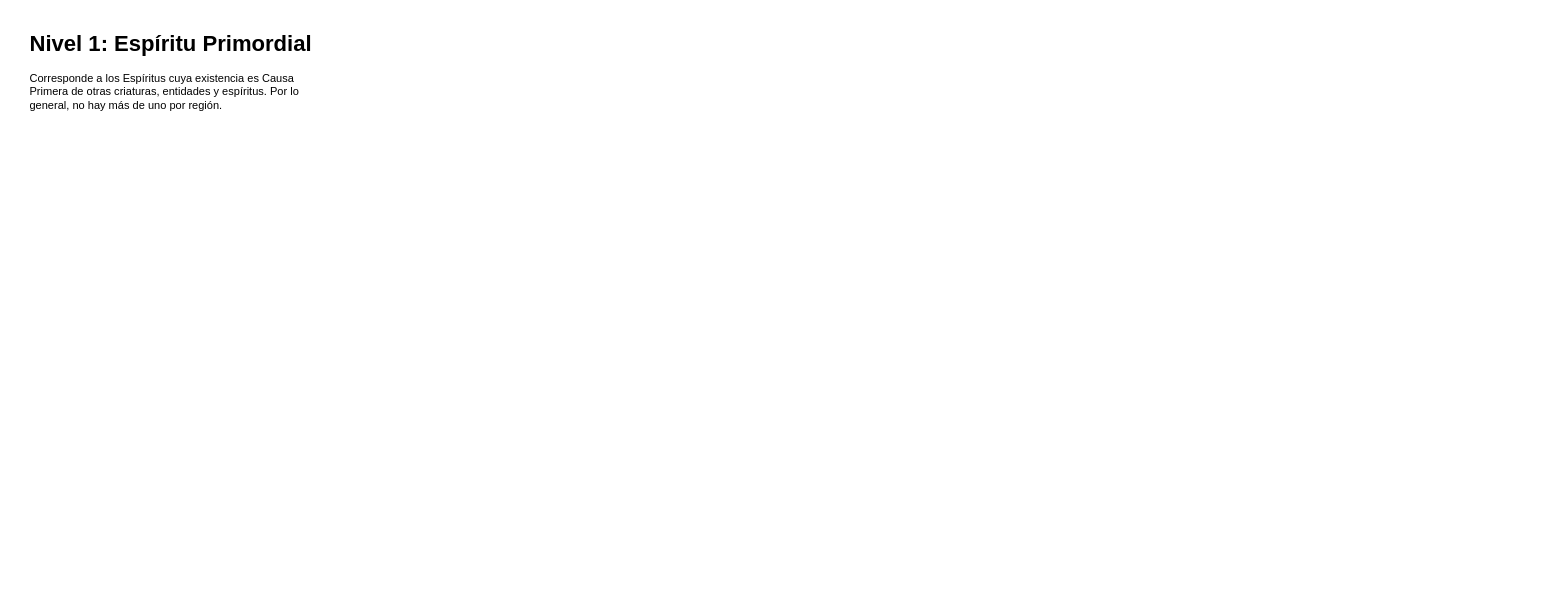
Earlier version of the draw.io diagram EspiritusEspesura.drawio (aixairupe/DiagramasRPG). Source tidied: cells renumbered, new cells numbered last; positions are measured from the earlier drawing's top-left corner, leaving out a move shared by most shapes. Both pictures are drawn from the tidied source at 92%, with x=0, y=0 at pixel (25, 25).
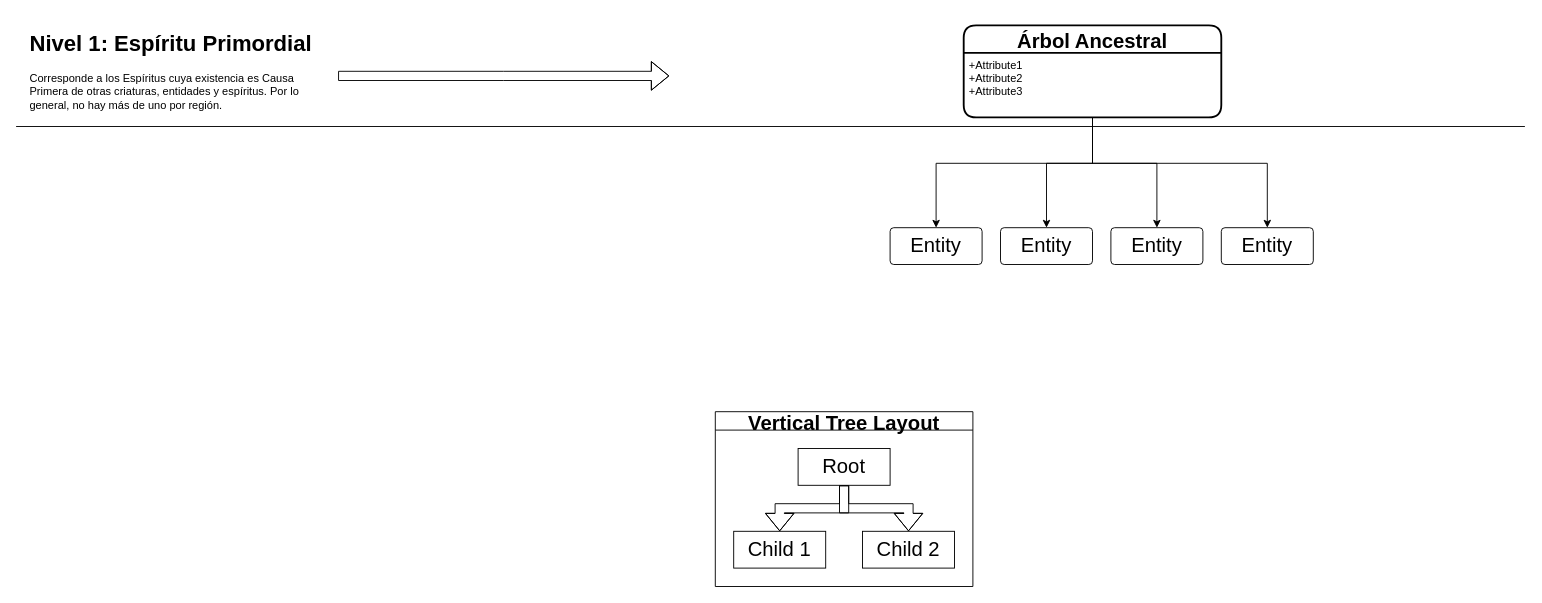
After the change.

Unchanged cells that the change refers to:
```xml
<mxCell id="2" value="&lt;h1&gt;Nivel 1: Espíritu Primordial&lt;br&gt;&lt;/h1&gt;&lt;p&gt;Corresponde a los Espíritus cuya existencia es Causa Primera de otras criaturas, entidades y espíritus. Por lo general, no hay más de uno por región.&lt;br&gt;&lt;/p&gt;" style="text;html=1;strokeColor=none;fillColor=none;spacing=5;spacingTop=-20;whiteSpace=wrap;overflow=hidden;rounded=0;" parent="1" vertex="1">
  <mxGeometry width="340" height="110" as="geometry" />
</mxCell>
```

Diff of the diagram source:
```diff
@@
+    <mxCell id="3" style="edgeStyle=orthogonalEdgeStyle;rounded=0;jettySize=auto;html=1;fontSize=22;shape=flexArrow;" parent="1" edge="1" source="2">
+      <mxGeometry relative="1" as="geometry">
+        <mxPoint x="700" y="55" as="targetPoint" />
+      </mxGeometry>
+    </mxCell>
@@
+    <mxCell id="4" style="endArrow=none;html=1;rounded=0;" parent="1" edge="1">
+      <mxGeometry relative="1" as="geometry">
+        <mxPoint x="-10" y="110" as="sourcePoint" />
+        <mxPoint x="1630" y="110" as="targetPoint" />
+      </mxGeometry>
+    </mxCell>
+    <mxCell id="5" style="edgeStyle=none;rounded=0;jettySize=auto;html=1;entryX=0.5;entryY=0;entryDx=0;entryDy=0;fontSize=22;" parent="1" edge="1" target="8">
+      <mxGeometry relative="1" as="geometry">
+        <mxPoint x="1160" y="100" as="sourcePoint" />
+        <Array as="points">
+          <mxPoint x="1160" y="150" />
+          <mxPoint x="1110" y="150" />
+        </Array>
+      </mxGeometry>
+    </mxCell>
+    <mxCell id="6" value="Árbol Ancestral" style="swimlane;horizontal=1;startSize=30;rounded=1;fontSize=22;fontStyle=1;strokeWidth=2;shadow=0;dashed=0;align=center;" parent="1" vertex="1">
+      <mxGeometry x="1020" width="280" height="100" as="geometry" />
+    </mxCell>
+    <mxCell id="7" value="+Attribute1&#10;+Attribute2&#10;+Attribute3" style="align=left;strokeColor=none;fillColor=none;spacingLeft=4;fontSize=12;verticalAlign=top;" parent="6" vertex="1">
+      <mxGeometry y="30" width="280" height="70" as="geometry" />
+    </mxCell>
+    <mxCell id="8" value="Entity" style="rounded=1;arcSize=10;whiteSpace=wrap;html=1;align=center;fontSize=22;" parent="1" vertex="1">
+      <mxGeometry x="1060" y="220" width="100" height="40" as="geometry" />
+    </mxCell>
+    <mxCell id="9" value="Entity" style="rounded=1;arcSize=10;whiteSpace=wrap;html=1;align=center;fontSize=22;" parent="1" vertex="1">
+      <mxGeometry x="1180" y="220" width="100" height="40" as="geometry" />
+    </mxCell>
+    <mxCell id="10" value="Entity" style="rounded=1;arcSize=10;whiteSpace=wrap;html=1;align=center;fontSize=22;" parent="1" vertex="1">
+      <mxGeometry x="940" y="220" width="100" height="40" as="geometry" />
+    </mxCell>
+    <mxCell id="11" value="Entity" style="rounded=1;arcSize=10;whiteSpace=wrap;html=1;align=center;fontSize=22;" parent="1" vertex="1">
+      <mxGeometry x="1300" y="220" width="100" height="40" as="geometry" />
+    </mxCell>
+    <mxCell id="12" style="edgeStyle=none;rounded=0;jettySize=auto;html=1;entryX=0.5;entryY=0;entryDx=0;entryDy=0;fontSize=22;" parent="1" edge="1" target="9">
+      <mxGeometry relative="1" as="geometry">
+        <mxPoint x="1160" y="100" as="sourcePoint" />
+        <Array as="points">
+          <mxPoint x="1160" y="150" />
+          <mxPoint x="1230" y="150" />
+        </Array>
+      </mxGeometry>
+    </mxCell>
+    <mxCell id="13" style="edgeStyle=none;rounded=0;jettySize=auto;html=1;entryX=0.5;entryY=0;entryDx=0;entryDy=0;fontSize=22;" parent="1" edge="1" target="11">
+      <mxGeometry relative="1" as="geometry">
+        <mxPoint x="1160" y="100" as="sourcePoint" />
+        <Array as="points">
+          <mxPoint x="1160" y="150" />
+          <mxPoint x="1350" y="150" />
+        </Array>
+      </mxGeometry>
+    </mxCell>
+    <mxCell id="14" style="edgeStyle=none;rounded=0;jettySize=auto;html=1;entryX=0.5;entryY=0;entryDx=0;entryDy=0;fontSize=22;exitX=0.5;exitY=1;exitDx=0;exitDy=0;" parent="1" edge="1" source="7" target="10">
+      <mxGeometry relative="1" as="geometry">
+        <Array as="points">
+          <mxPoint x="1160" y="150" />
+          <mxPoint x="990" y="150" />
+        </Array>
+      </mxGeometry>
+    </mxCell>
+    <mxCell id="15" value="Vertical Tree Layout" style="swimlane;startSize=20;horizontal=1;horizontalTree=0;containerType=tree;fontSize=22;" parent="1" vertex="1">
+      <mxGeometry x="750" y="420" width="280" height="190" as="geometry" />
+    </mxCell>
+    <mxCell id="16" value="Root" style="whiteSpace=wrap;html=1;fontSize=22;" parent="15" vertex="1">
+      <mxGeometry x="90" y="40" width="100" height="40" as="geometry" />
+    </mxCell>
+    <mxCell id="17" value="Child 1" style="whiteSpace=wrap;html=1;fontSize=22;" parent="15" vertex="1">
+      <mxGeometry x="20" y="130" width="100" height="40" as="geometry" />
+    </mxCell>
+    <mxCell id="18" style="edgeStyle=elbowEdgeStyle;elbow=vertical;html=1;rounded=0;fontSize=22;shape=flexArrow;" parent="15" edge="1" source="16" target="17">
+      <mxGeometry relative="1" as="geometry" />
+    </mxCell>
+    <mxCell id="19" value="Child 2" style="whiteSpace=wrap;html=1;fontSize=22;" parent="15" vertex="1">
+      <mxGeometry x="160" y="130" width="100" height="40" as="geometry" />
+    </mxCell>
+    <mxCell id="20" style="edgeStyle=elbowEdgeStyle;elbow=vertical;html=1;rounded=0;fontSize=22;shape=flexArrow;" parent="15" edge="1" source="16" target="19">
+      <mxGeometry relative="1" as="geometry" />
+    </mxCell>
```
